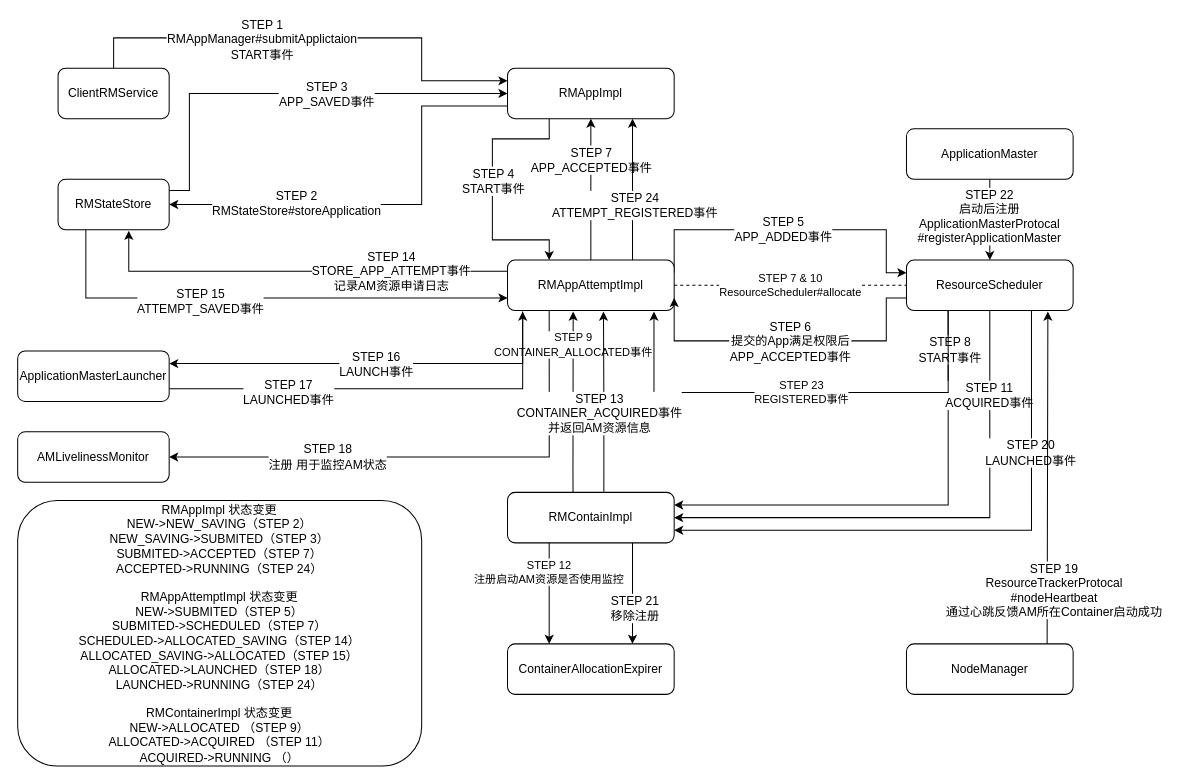
This is 启动ApplicationMaster流程.drawio from Xiwu1994/chart, a draw.io file, before an edit. Source tidied: cells renumbered, new cells numbered last; positions are measured from the earlier drawing's top-left corner, leaving out a move shared by most shapes. Both pictures are drawn from the tidied source at 101%, with x=0, y=0 at pixel (17, 37).
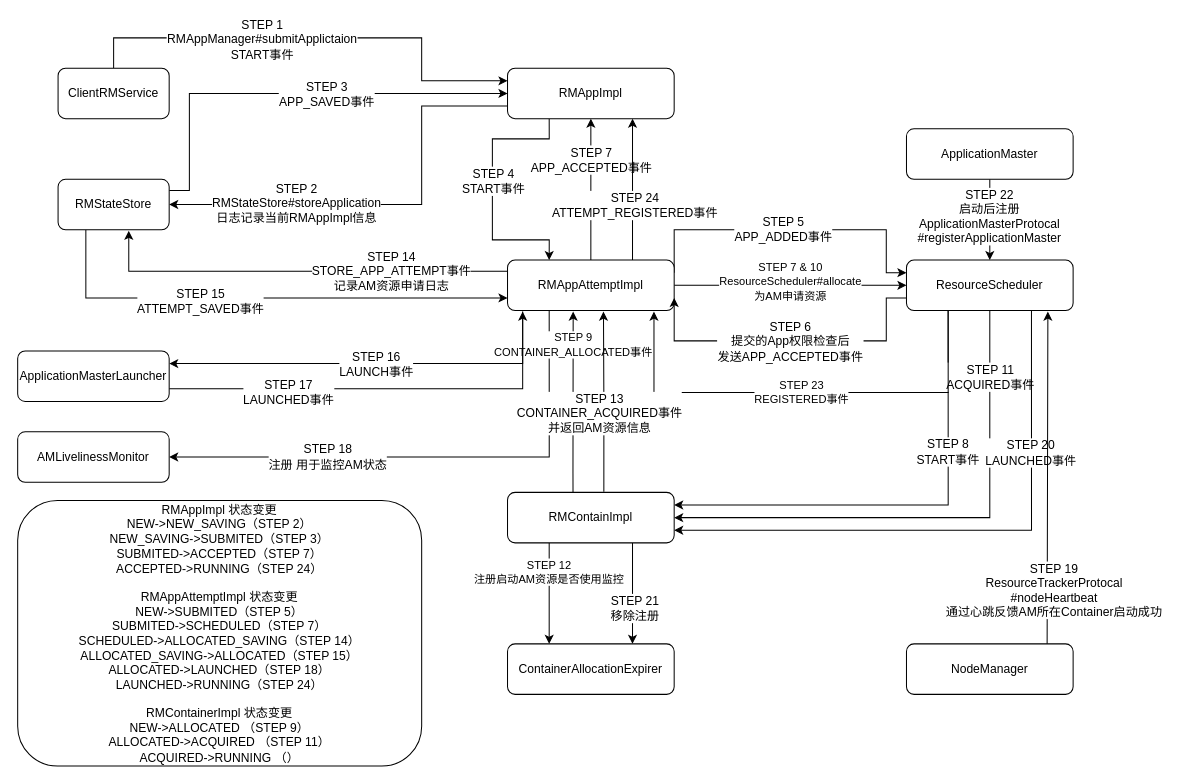
After the change.

The change refers to these unchanged cells:
```xml
<mxCell id="7" style="edgeStyle=orthogonalEdgeStyle;rounded=0;jettySize=auto;html=1;exitX=0;exitY=0.75;exitDx=0;exitDy=0;entryX=1;entryY=0.5;entryDx=0;entryDy=0;" parent="1" edge="1" source="9" target="14">
  <mxGeometry relative="1" as="geometry">
    <Array as="points">
      <mxPoint x="400" y="67" />
      <mxPoint x="400" y="165" />
    </Array>
  </mxGeometry>
</mxCell>
<mxCell id="25" value="RMAppAttemptImpl" style="rounded=1;whiteSpace=wrap;html=1;" parent="1" vertex="1">
  <mxGeometry x="485" y="220" width="165" height="50" as="geometry" />
</mxCell>
<mxCell id="26" style="edgeStyle=orthogonalEdgeStyle;rounded=0;jettySize=auto;html=1;exitX=0;exitY=0.75;exitDx=0;exitDy=0;entryX=1;entryY=0.75;entryDx=0;entryDy=0;" parent="1" edge="1" source="35" target="25">
  <mxGeometry relative="1" as="geometry">
    <Array as="points">
      <mxPoint x="860" y="258" />
      <mxPoint x="860" y="300" />
      <mxPoint x="650" y="300" />
    </Array>
  </mxGeometry>
</mxCell>
<mxCell id="28" style="edgeStyle=orthogonalEdgeStyle;rounded=0;jettySize=auto;html=1;exitX=0.25;exitY=1;exitDx=0;exitDy=0;entryX=1;entryY=0.25;entryDx=0;entryDy=0;" parent="1" edge="1" source="35" target="45">
  <mxGeometry relative="1" as="geometry" />
</mxCell>
<mxCell id="30" style="edgeStyle=orthogonalEdgeStyle;rounded=0;jettySize=auto;html=1;exitX=0.5;exitY=1;exitDx=0;exitDy=0;entryX=1;entryY=0.5;entryDx=0;entryDy=0;" parent="1" edge="1" source="35" target="45">
  <mxGeometry relative="1" as="geometry">
    <Array as="points">
      <mxPoint x="963" y="475" />
    </Array>
  </mxGeometry>
</mxCell>
<mxCell id="35" value="ResourceScheduler" style="rounded=1;whiteSpace=wrap;html=1;" parent="1" vertex="1">
  <mxGeometry x="880" y="220" width="165" height="50" as="geometry" />
</mxCell>
```

The edit, as a diff of the source:
```diff
@@
-    <mxCell id="8" value="STEP 2&lt;br&gt;RMStateStore#storeApplication" style="text;html=1;align=center;verticalAlign=middle;labelBackgroundColor=#ffffff;" parent="7" vertex="1">
+    <mxCell id="8" value="STEP 2&lt;br&gt;RMStateStore#storeApplication&lt;br&gt;日志记录当前RMAppImpl信息" style="text;html=1;align=center;verticalAlign=middle;labelBackgroundColor=#ffffff;" parent="7" vertex="1">
       <mxGeometry x="0.42" y="-2" relative="1" as="geometry" />
     </mxCell>
@@
+    <mxCell id="36" style="edgeStyle=orthogonalEdgeStyle;rounded=0;jettySize=auto;html=1;entryX=0;entryY=0.5;entryDx=0;entryDy=0;" parent="1" edge="1" source="25" target="35">
+      <mxGeometry relative="1" as="geometry" />
+    </mxCell>
+    <mxCell id="58" value="&lt;span style=&quot;font-size: 11px&quot;&gt;STEP 7 &amp;amp; 10&lt;/span&gt;&lt;br style=&quot;font-size: 11px&quot;&gt;&lt;span style=&quot;font-size: 11px&quot;&gt;ResourceScheduler#allocate&lt;/span&gt;&lt;br style=&quot;font-size: 11px&quot;&gt;&lt;span style=&quot;font-size: 11px&quot;&gt;为AM申请资源&lt;/span&gt;" style="text;html=1;align=center;verticalAlign=middle;labelBackgroundColor=#ffffff;" parent="36" vertex="1">
+      <mxGeometry x="-0.1" y="1" relative="1" as="geometry">
+        <mxPoint x="10" y="-4" as="offset" />
+      </mxGeometry>
+    </mxCell>
@@
-    <mxCell id="27" value="STEP 6&lt;br&gt;提交的App满足权限后&lt;br&gt;APP_ACCEPTED事件" style="text;html=1;align=center;verticalAlign=middle;labelBackgroundColor=#ffffff;" parent="26" vertex="1">
+    <mxCell id="27" value="STEP 6&lt;br&gt;提交的App权限检查后&lt;br&gt;发送APP_ACCEPTED事件" style="text;html=1;align=center;verticalAlign=middle;labelBackgroundColor=#ffffff;" parent="26" vertex="1">
       <mxGeometry relative="1" as="geometry" />
     </mxCell>
@@
     <mxCell id="29" value="STEP 8&lt;br&gt;START事件" style="text;html=1;align=center;verticalAlign=middle;labelBackgroundColor=#ffffff;" parent="28" vertex="1">
-      <mxGeometry x="-0.83" y="1" relative="1" as="geometry" />
+      <mxGeometry x="-0.83" y="1" relative="1" as="geometry">
+        <mxPoint x="-2" y="101" as="offset" />
+      </mxGeometry>
     </mxCell>
@@
     <mxCell id="31" value="STEP 11&lt;br&gt;ACQUIRED事件" style="text;html=1;align=center;verticalAlign=middle;labelBackgroundColor=#ffffff;" parent="30" vertex="1">
-      <mxGeometry x="-0.68" y="-1" relative="1" as="geometry" />
+      <mxGeometry x="-0.68" y="-1" relative="1" as="geometry">
+        <mxPoint x="0.5" y="-18" as="offset" />
+      </mxGeometry>
     </mxCell>
@@
-    <mxCell id="36" value="STEP 7 &amp;amp; 10&lt;br&gt;ResourceScheduler#allocate" style="endArrow=none;dashed=1;html=1;exitX=1;exitY=0.5;exitDx=0;exitDy=0;entryX=0;entryY=0.5;entryDx=0;entryDy=0;" parent="1" edge="1" source="25" target="35">
-      <mxGeometry relative="1" as="geometry" />
-    </mxCell>
```
